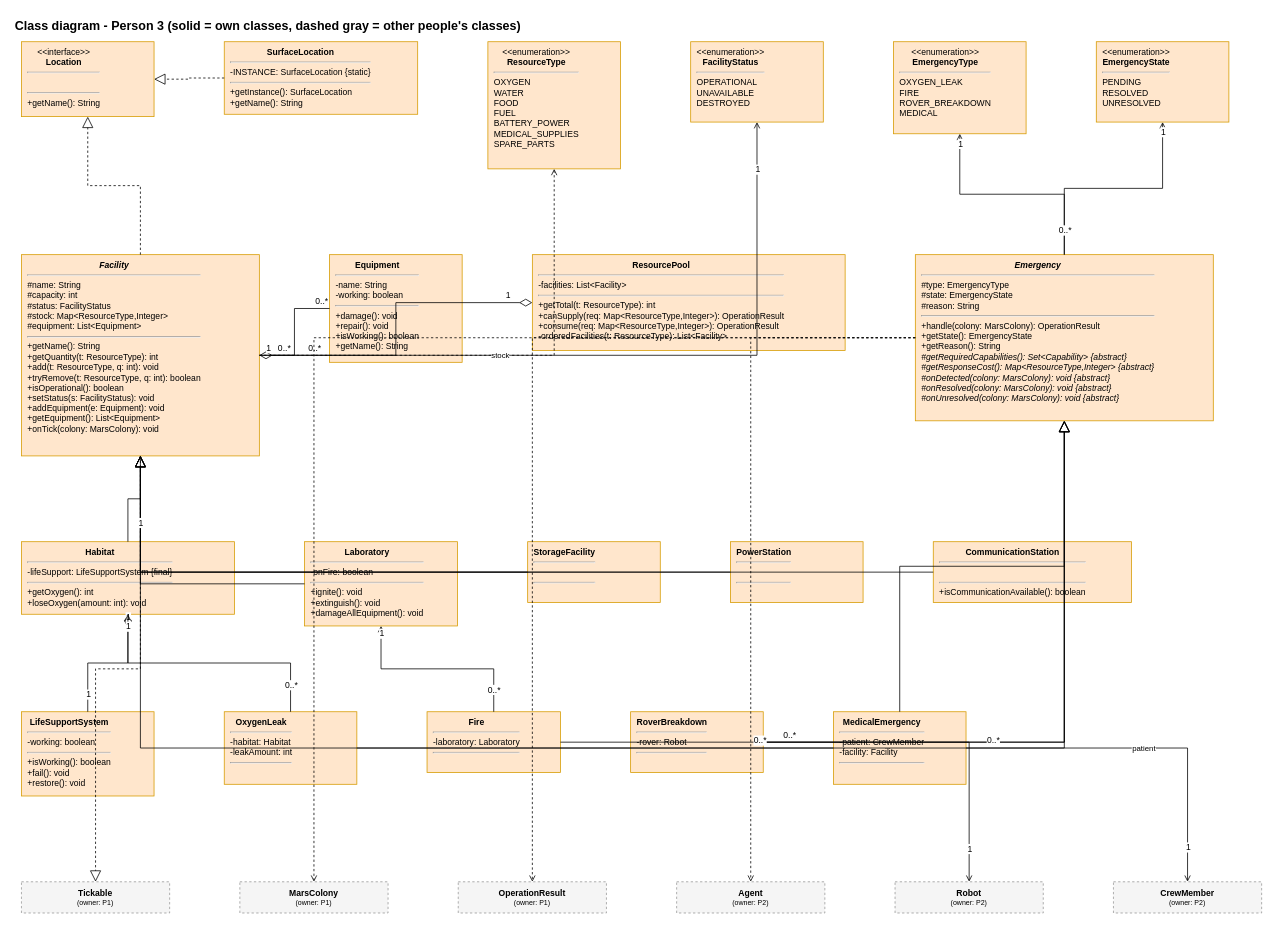
YassinAwad66/MARS-OPS keeps this draw.io diagram as docs/UML/03-class-p3-facilities-emergencies.drawio. Above is the earlier version. Source tidied: cells renumbered, new cells numbered last; positions are measured from the earlier drawing's top-left corner, leaving out a move shared by most shapes. Both pictures are drawn from the tidied source at 78%, with x=0, y=0 at pixel (13, 13).
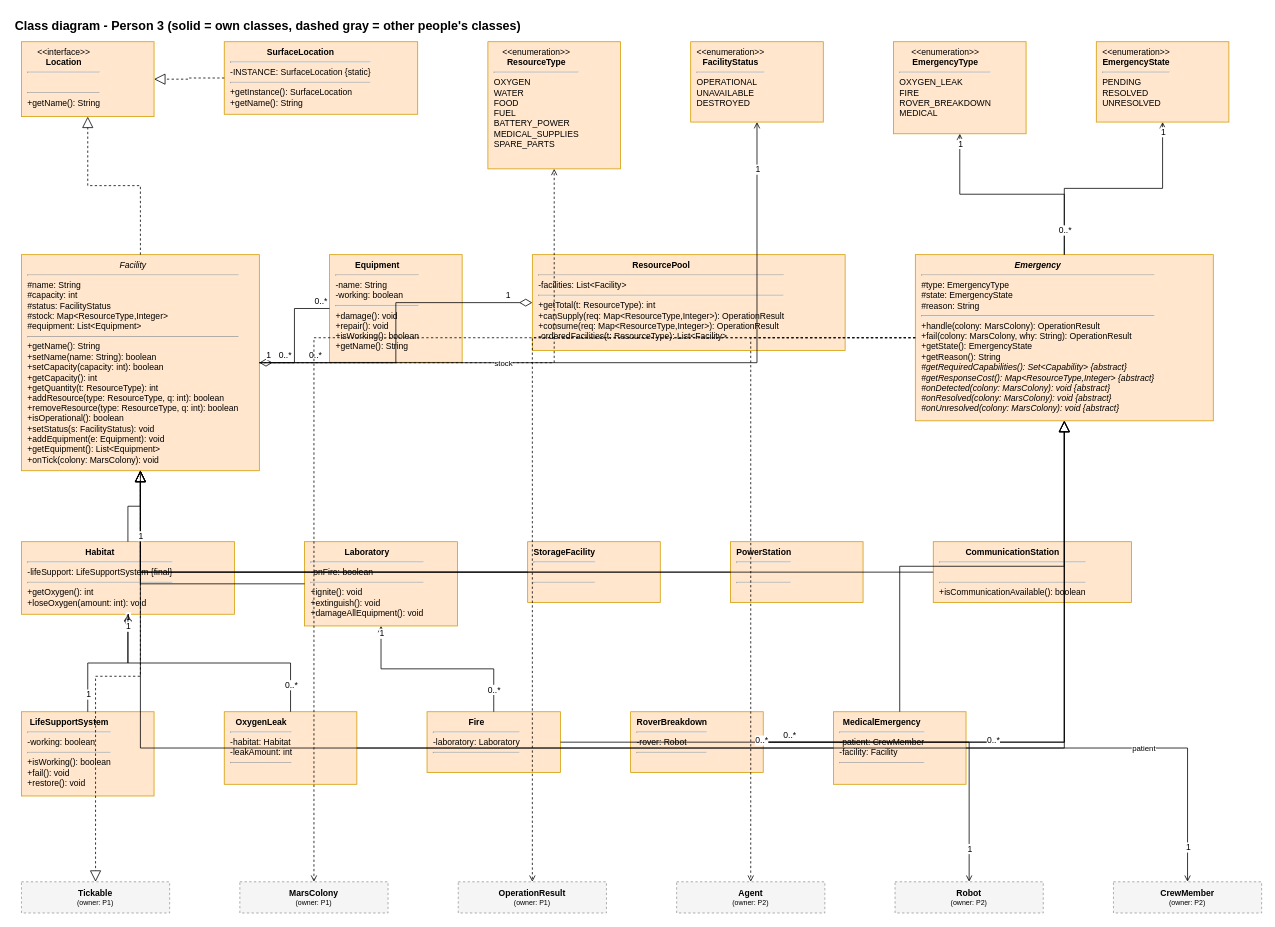
Above is the later version.

Commit message (it also covers changes not shown here):
edit in person 3 UML class design

The edit, as a diff of the source:
```diff
@@
-    <mxCell id="9" value="&lt;div style=&quot;text-align:center&quot;&gt;&lt;b&gt;&lt;i&gt;Facility&lt;/i&gt;&lt;/b&gt;&lt;/div&gt;&lt;hr&gt;#name: String&lt;br&gt;#capacity: int&lt;br&gt;#status: FacilityStatus&lt;br&gt;#stock: Map&amp;lt;ResourceType,Integer&amp;gt;&lt;br&gt;#equipment: List&amp;lt;Equipment&amp;gt;&lt;hr&gt;+getName(): String&lt;br&gt;+getQuantity(t: ResourceType): int&lt;br&gt;+add(t: ResourceType, q: int): void&lt;br&gt;+tryRemove(t: ResourceType, q: int): boolean&lt;br&gt;+isOperational(): boolean&lt;br&gt;+setStatus(s: FacilityStatus): void&lt;br&gt;+addEquipment(e: Equipment): void&lt;br&gt;+getEquipment(): List&amp;lt;Equipment&amp;gt;&lt;br&gt;+onTick(colony: MarsColony): void" style="rounded=0;whiteSpace=wrap;html=1;align=left;verticalAlign=top;spacingLeft=6;spacingRight=4;fontSize=11;fillColor=#ffe6cc;strokeColor=#d79b00;" parent="1" vertex="1">
-      <mxGeometry x="10" y="309" width="305" height="258" as="geometry" />
+    <mxCell id="9" value="&lt;div style=&quot;text-align:center&quot;&gt;&lt;i style=&quot;&quot;&gt;Facility&lt;/i&gt;&lt;/div&gt;&lt;hr&gt;#name: String&lt;br&gt;#capacity: int&lt;br&gt;#status: FacilityStatus&lt;br&gt;#stock: Map&amp;lt;ResourceType,Integer&amp;gt;&lt;br&gt;#equipment: List&amp;lt;Equipment&amp;gt;&lt;hr&gt;+getName(): String&lt;div&gt;&lt;div style=&quot;color: rgb(0, 0, 0);&quot;&gt;+setName(name: String): boolean&lt;/div&gt;&lt;div style=&quot;color: rgb(0, 0, 0);&quot;&gt;+setCapacity(capacity: int): boolean&lt;/div&gt;&lt;div style=&quot;color: rgb(0, 0, 0);&quot;&gt;+getCapacity(): int&lt;/div&gt;&lt;span style=&quot;color: rgb(0, 0, 0);&quot;&gt;+getQuantity(t: ResourceType): int&lt;br&gt;+addResource(type: ResourceType, q: int): boolean&lt;br&gt;+removeResource(type: ResourceType, q: int): boolean&lt;br&gt;+isOperational(): boolean&lt;br&gt;+setStatus(s: FacilityStatus): void&lt;br&gt;+addEquipment(e: Equipment): void&lt;br&gt;+getEquipment(): List&amp;lt;Equipment&amp;gt;&lt;br&gt;+onTick(colony: MarsColony): void&lt;/span&gt;&lt;/div&gt;" style="rounded=0;whiteSpace=wrap;html=1;align=left;verticalAlign=top;spacingLeft=6;spacingRight=4;fontSize=11;fillColor=#ffe6cc;strokeColor=#d79b00;" parent="1" vertex="1">
+      <mxGeometry x="10" y="309" width="305" height="277" as="geometry" />
     </mxCell>
@@
-    <mxCell id="12" value="&lt;div style=&quot;text-align:center&quot;&gt;&lt;b&gt;&lt;i&gt;Emergency&lt;/i&gt;&lt;/b&gt;&lt;/div&gt;&lt;hr&gt;#type: EmergencyType&lt;br&gt;#state: EmergencyState&lt;br&gt;#reason: String&lt;hr&gt;+handle(colony: MarsColony): OperationResult&lt;br&gt;+getState(): EmergencyState&lt;br&gt;+getReason(): String&lt;br&gt;&lt;i&gt;#getRequiredCapabilities(): Set&amp;lt;Capability&amp;gt; {abstract}&lt;/i&gt;&lt;br&gt;&lt;i&gt;#getResponseCost(): Map&amp;lt;ResourceType,Integer&amp;gt; {abstract}&lt;/i&gt;&lt;br&gt;&lt;i&gt;#onDetected(colony: MarsColony): void {abstract}&lt;/i&gt;&lt;br&gt;&lt;i&gt;#onResolved(colony: MarsColony): void {abstract}&lt;/i&gt;&lt;br&gt;&lt;i&gt;#onUnresolved(colony: MarsColony): void {abstract}&lt;/i&gt;" style="rounded=0;whiteSpace=wrap;html=1;align=left;verticalAlign=top;spacingLeft=6;spacingRight=4;fontSize=11;fillColor=#ffe6cc;strokeColor=#d79b00;" parent="1" vertex="1">
+    <mxCell id="12" value="&lt;div style=&quot;text-align:center&quot;&gt;&lt;b&gt;&lt;i&gt;Emergency&lt;/i&gt;&lt;/b&gt;&lt;/div&gt;&lt;hr&gt;#type: EmergencyType&lt;br&gt;#state: EmergencyState&lt;br&gt;#reason: String&lt;hr&gt;+handle(colony: MarsColony): OperationResult&lt;div&gt;&lt;font color=&quot;#000000&quot;&gt;+fail(&lt;/font&gt;&lt;span style=&quot;color: rgb(0, 0, 0);&quot;&gt;colony: MarsColony, why: String):&amp;nbsp;&lt;/span&gt;&lt;span style=&quot;color: rgb(0, 0, 0);&quot;&gt;OperationResult&lt;/span&gt;&lt;font color=&quot;#000000&quot;&gt;&lt;br&gt;&lt;/font&gt;&lt;span style=&quot;color: rgb(0, 0, 0);&quot;&gt;+getState(): EmergencyState&lt;br&gt;+getReason(): String&lt;br&gt;&lt;i&gt;#getRequiredCapabilities(): Set&amp;lt;Capability&amp;gt; {abstract}&lt;/i&gt;&lt;br&gt;&lt;i&gt;#getResponseCost(): Map&amp;lt;ResourceType,Integer&amp;gt; {abstract}&lt;/i&gt;&lt;br&gt;&lt;i&gt;#onDetected(colony: MarsColony): void {abstract}&lt;/i&gt;&lt;br&gt;&lt;i&gt;#onResolved(colony: MarsColony): void {abstract}&lt;/i&gt;&lt;br&gt;&lt;i&gt;#onUnresolved(colony: MarsColony): void {abstract}&lt;/i&gt;&lt;/span&gt;&lt;/div&gt;" style="rounded=0;whiteSpace=wrap;html=1;align=left;verticalAlign=top;spacingLeft=6;spacingRight=4;fontSize=11;fillColor=#ffe6cc;strokeColor=#d79b00;" parent="1" vertex="1">
       <mxGeometry x="1156" y="309" width="382" height="213" as="geometry" />
     </mxCell>
```
